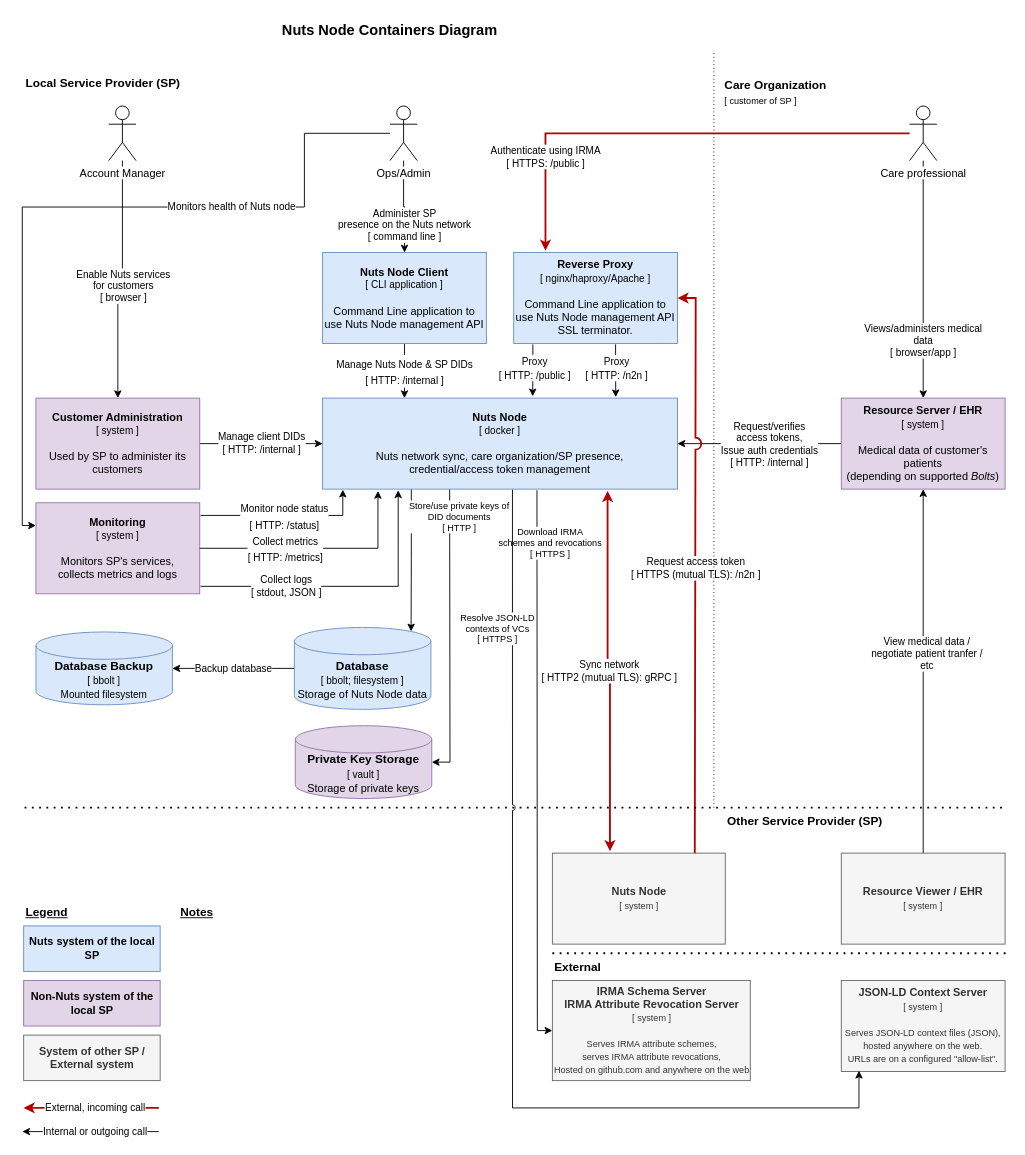
This is page "Container Diagram (IST)" (2 of 2) of docs/diagrams/deployment-diagram.drawio from nuts-foundation/nuts-node, a draw.io file, before an edit. Source tidied: cells renumbered, new cells numbered last; positions are measured from the earlier drawing's top-left corner, leaving out a move shared by most shapes. Both pictures are drawn from the tidied source at 91%, with x=0, y=0 at pixel (22, 15).
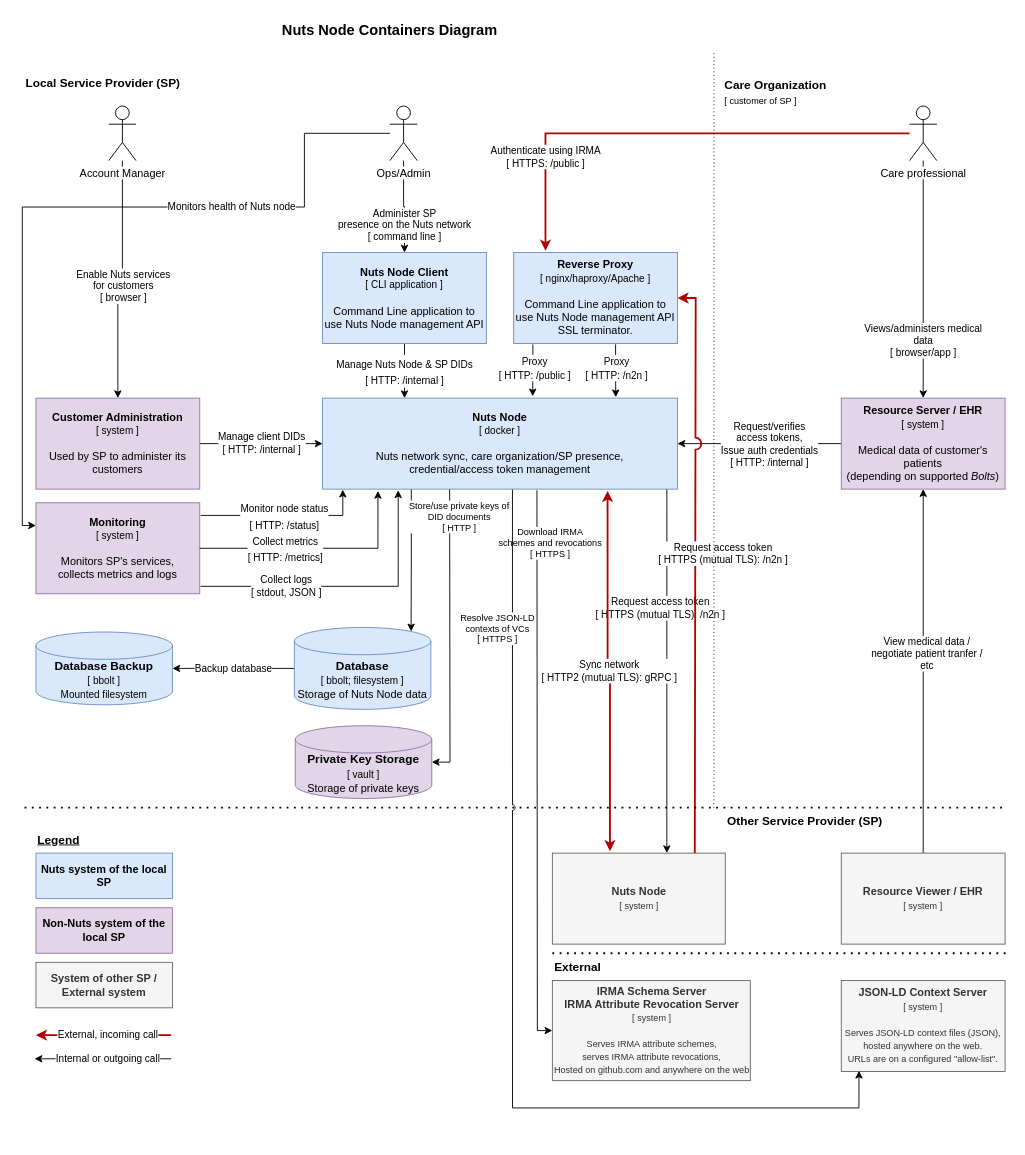
The same diagram, later.

The change refers to these unchanged cells:
```xml
<mxCell id="13" value="&lt;b&gt;Nuts Node&lt;br&gt;&lt;/b&gt;&lt;font style=&quot;font-size: 11px;&quot;&gt;&lt;font style=&quot;font-size: 11px;&quot;&gt;[ docker ]&lt;/font&gt;&lt;br&gt;&lt;/font&gt;&lt;br&gt;Nuts network sync, care organization/SP presence,&lt;br&gt;credential/access token management" style="rounded=0;whiteSpace=wrap;html=1;fillColor=#dae8fc;strokeColor=#6c8ebf;" parent="1" vertex="1">
  <mxGeometry x="330" y="420" width="390" height="100" as="geometry" />
</mxCell>
<mxCell id="22" value="&lt;b&gt;Nuts Node&lt;br&gt;&lt;/b&gt;&lt;font style=&quot;font-size: 10px;&quot;&gt;[ system ]&lt;/font&gt;" style="rounded=0;whiteSpace=wrap;html=1;fillColor=#f5f5f5;strokeColor=#666666;fontColor=#333333;" parent="1" vertex="1">
  <mxGeometry x="582.5" y="920" width="190" height="100" as="geometry" />
</mxCell>
<mxCell id="38" value="&lt;font style=&quot;&quot;&gt;&lt;b&gt;Reverse Proxy&lt;br&gt;&lt;/b&gt;&lt;/font&gt;&lt;font style=&quot;font-size: 11px;&quot;&gt;&lt;font style=&quot;font-size: 11px;&quot;&gt;[ nginx/haproxy/Apache ]&lt;/font&gt;&lt;br&gt;&lt;/font&gt;&lt;br&gt;Command Line application to use Nuts Node management API&lt;br&gt;SSL terminator." style="rounded=0;whiteSpace=wrap;html=1;fillColor=#dae8fc;strokeColor=#6c8ebf;" parent="1" vertex="1">
  <mxGeometry x="540" y="260" width="180" height="100" as="geometry" />
</mxCell>
```

Change to the diagram source:
```diff
@@
+    <mxCell id="61" style="edgeStyle=orthogonalEdgeStyle;rounded=0;jumpStyle=arc;jettySize=auto;html=1;fontSize=11;startArrow=none;startFill=0;strokeWidth=1;exitX=0.97;exitY=0.987;exitDx=0;exitDy=0;exitPerimeter=0;entryX=0.662;entryY=0;entryDx=0;entryDy=0;entryPerimeter=0;" parent="1" edge="1" source="13" target="22">
+      <mxGeometry relative="1" as="geometry" />
+    </mxCell>
+    <mxCell id="62" value="Request access token&lt;br&gt;[ HTTPS (mutual TLS): /n2n ]" style="edgeLabel;html=1;align=center;verticalAlign=middle;fontSize=11;" parent="61" vertex="1">
+      <mxGeometry x="-0.17" y="3" relative="1" as="geometry">
+        <mxPoint x="-11" y="-35" as="offset" />
+      </mxGeometry>
+    </mxCell>
@@
     <mxCell id="21" value="Request access token&lt;br&gt;[ HTTPS (mutual TLS): /n2n ]" style="edgeStyle=orthogonalEdgeStyle;rounded=0;jettySize=auto;html=1;fontSize=11;strokeWidth=2;entryX=1;entryY=0.5;entryDx=0;entryDy=0;jumpStyle=arc;jumpSize=11;exitX=0.834;exitY=0.013;exitDx=0;exitDy=0;exitPerimeter=0;fillColor=#e51400;strokeColor=#B20000;" parent="1" edge="1" source="22" target="38">
-      <mxGeometry relative="1" as="geometry">
+      <mxGeometry x="0.05" y="-30" relative="1" as="geometry">
         <Array as="points">
           <mxPoint x="739" y="800" />
           <mxPoint x="740" y="800" />
           <mxPoint x="740" y="310" />
         </Array>
       </mxGeometry>
     </mxCell>
@@
     <mxCell id="23" value="&lt;b&gt;System of other SP / External system&lt;/b&gt;" style="rounded=0;whiteSpace=wrap;html=1;fillColor=#f5f5f5;strokeColor=#666666;fontColor=#333333;" parent="1" vertex="1">
-      <mxGeometry x="1.5" y="1120" width="150" height="50" as="geometry" />
+      <mxGeometry x="15" y="1040" width="150" height="50" as="geometry" />
     </mxCell>
     <mxCell id="24" value="Legend" style="text;html=1;strokeColor=none;fillColor=none;align=left;verticalAlign=middle;whiteSpace=wrap;rounded=0;dashed=1;fontSize=13;fontStyle=5;" parent="1" vertex="1">
-      <mxGeometry x="1.5" y="970" width="140" height="30" as="geometry" />
+      <mxGeometry x="15" y="890" width="140" height="30" as="geometry" />
     </mxCell>
     <mxCell id="25" value="&lt;b&gt;Non-Nuts system of the local SP&lt;/b&gt;" style="rounded=0;whiteSpace=wrap;html=1;fillColor=#e1d5e7;strokeColor=#9673a6;" parent="1" vertex="1">
-      <mxGeometry x="1.5" y="1060" width="150" height="50" as="geometry" />
+      <mxGeometry x="15" y="980" width="150" height="50" as="geometry" />
     </mxCell>
     <mxCell id="26" value="&lt;b&gt;Nuts system of the local SP&lt;/b&gt;" style="rounded=0;whiteSpace=wrap;html=1;fillColor=#dae8fc;strokeColor=#6c8ebf;" parent="1" vertex="1">
-      <mxGeometry x="1.5" y="1000" width="150" height="50" as="geometry" />
+      <mxGeometry x="15" y="920" width="150" height="50" as="geometry" />
     </mxCell>
-    <mxCell id="27" value="Notes" style="text;html=1;strokeColor=none;fillColor=none;align=left;verticalAlign=middle;whiteSpace=wrap;rounded=0;dashed=1;fontSize=13;fontStyle=5;" parent="1" vertex="1">
-      <mxGeometry x="171.5" y="970" width="140" height="30" as="geometry" />
-    </mxCell>
@@
     <mxCell id="58" value="External, incoming call" style="edgeStyle=orthogonalEdgeStyle;rounded=0;orthogonalLoop=1;jettySize=auto;html=1;fillColor=#e51400;strokeColor=#B20000;strokeWidth=2;" parent="1" edge="1">
       <mxGeometry x="-0.06" relative="1" as="geometry">
-        <mxPoint x="150" y="1200" as="sourcePoint" />
-        <mxPoint x="1.5" y="1200" as="targetPoint" />
+        <mxPoint x="163.5" y="1120" as="sourcePoint" />
+        <mxPoint x="15" y="1120" as="targetPoint" />
       </mxGeometry>
     </mxCell>
     <mxCell id="59" value="&lt;font style=&quot;font-size: 11px;&quot;&gt;Internal or outgoing call&lt;/font&gt;" style="edgeStyle=orthogonalEdgeStyle;rounded=0;jumpStyle=arc;orthogonalLoop=1;jettySize=auto;html=1;fontSize=10;strokeWidth=1;" parent="1" edge="1">
       <mxGeometry x="-0.07" relative="1" as="geometry">
-        <mxPoint x="150" y="1226" as="sourcePoint" />
-        <mxPoint y="1226" as="targetPoint" />
+        <mxPoint x="163.5" y="1146" as="sourcePoint" />
+        <mxPoint x="13.5" y="1146" as="targetPoint" />
       </mxGeometry>
     </mxCell>
```
